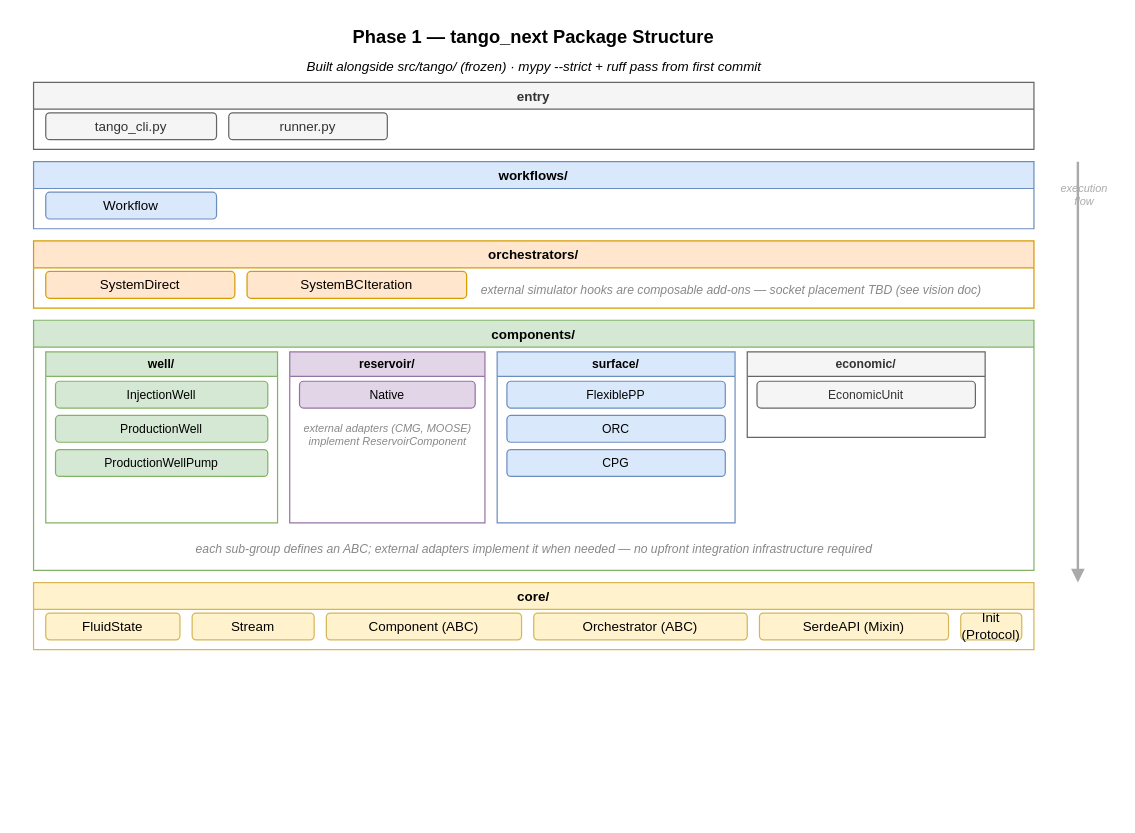
Before: docs/diagrams/src/phase1_new_module_structure.drawio in GEG-ETHZ/TANGO-core, a draw.io diagram. Source tidied: cells renumbered, new cells numbered last; positions are measured from the earlier drawing's top-left corner, leaving out a move shared by most shapes. Both pictures are drawn from the tidied source at 122%, with x=0, y=0 at pixel (21, 21).
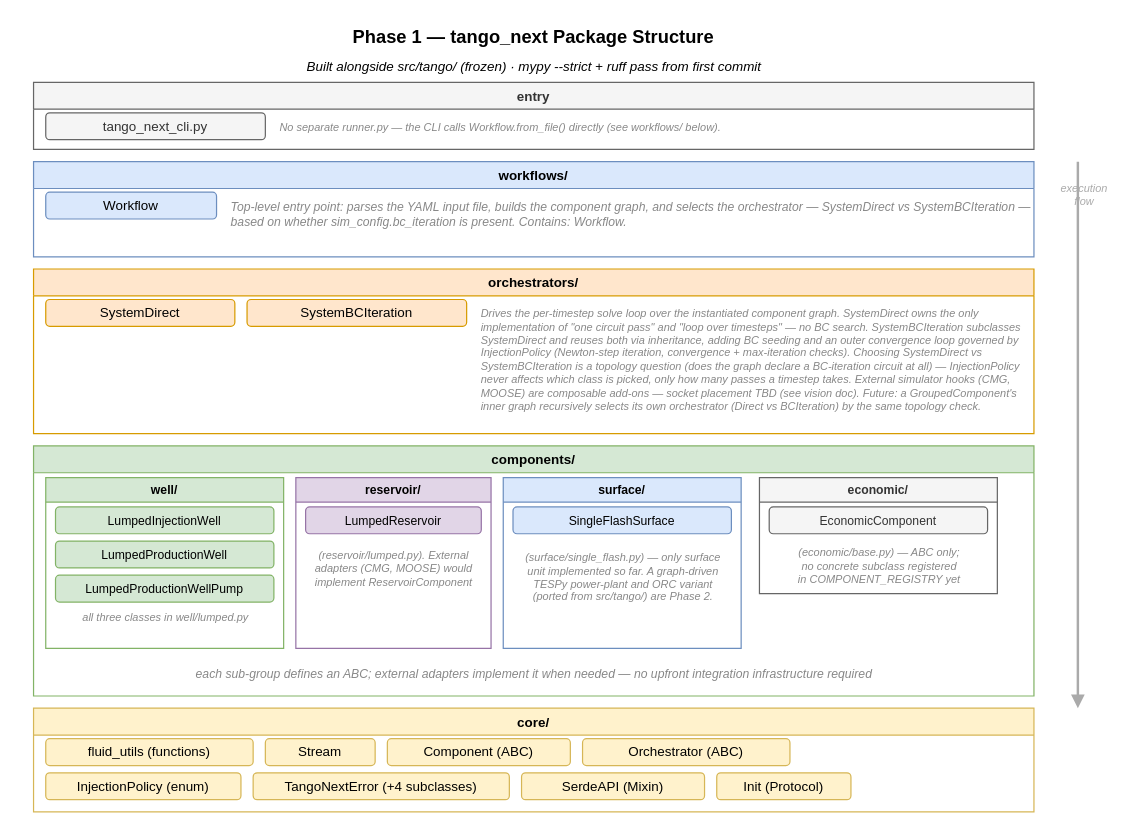
The same page after the edit.

The change refers to these unchanged cells:
```xml
<mxCell id="4" value="entry" style="swimlane;startSize=22;fillColor=#f5f5f5;strokeColor=#666666;fontColor=#333333;fontSize=11;fontStyle=1;" parent="1" vertex="1">
  <mxGeometry x="10" y="50" width="820" height="55" as="geometry" />
</mxCell>
```

The edit, as a diff of the source:
```diff
@@
-    <mxCell id="5" value="tango_cli.py" style="rounded=1;whiteSpace=wrap;html=1;fillColor=#f5f5f5;strokeColor=#666666;fontColor=#333333;fontSize=11;" parent="4" vertex="1">
-      <mxGeometry x="10" y="25" width="140" height="22" as="geometry" />
+    <mxCell id="5" value="tango_next_cli.py" style="rounded=1;whiteSpace=wrap;html=1;fillColor=#f5f5f5;strokeColor=#666666;fontColor=#333333;fontSize=11;" parent="4" vertex="1">
+      <mxGeometry x="10" y="25" width="180" height="22" as="geometry" />
     </mxCell>
-    <mxCell id="6" value="runner.py" style="rounded=1;whiteSpace=wrap;html=1;fillColor=#f5f5f5;strokeColor=#666666;fontColor=#333333;fontSize=11;" parent="4" vertex="1">
-      <mxGeometry x="160" y="25" width="130" height="22" as="geometry" />
-    </mxCell>
+    <mxCell id="37" value="No separate runner.py — the CLI calls Workflow.from_file() directly (see workflows/ below)." style="text;html=1;strokeColor=none;fillColor=none;fontSize=9;fontStyle=2;fontColor=#888888;align=left;verticalAlign=middle;" parent="4" vertex="1">
+      <mxGeometry x="200" y="28" width="600" height="17" as="geometry" />
+    </mxCell>
     <mxCell id="7" value="workflows/" style="swimlane;startSize=22;fillColor=#dae8fc;strokeColor=#6c8ebf;fontSize=11;fontStyle=1;" parent="1" vertex="1">
-      <mxGeometry x="10" y="115" width="820" height="55" as="geometry" />
+      <mxGeometry x="10" y="115" width="820" height="78" as="geometry" />
     </mxCell>
@@
+    <mxCell id="38" value="Top-level entry point: parses the YAML input file, builds the component graph, and selects the orchestrator — SystemDirect vs SystemBCIteration — &lt;br&gt;based on whether sim_config.bc_iteration is present. Contains: Workflow." style="text;html=1;strokeColor=none;fillColor=none;fontSize=10;fontStyle=2;fontColor=#888888;align=left;verticalAlign=top;" parent="7" vertex="1">
+      <mxGeometry x="160" y="25" width="640" height="44" as="geometry" />
+    </mxCell>
     <mxCell id="9" value="orchestrators/" style="swimlane;startSize=22;fillColor=#ffe6cc;strokeColor=#d79b00;fontSize=11;fontStyle=1;" parent="1" vertex="1">
-      <mxGeometry x="10" y="180" width="820" height="55" as="geometry" />
+      <mxGeometry x="10" y="203" width="820" height="135" as="geometry" />
     </mxCell>
@@
-    <mxCell id="12" value="external simulator hooks are composable add-ons — socket placement TBD (see vision doc)" style="text;html=1;strokeColor=none;fillColor=none;fontSize=10;fontStyle=2;fontColor=#888888;align=left;" parent="9" vertex="1">
-      <mxGeometry x="365" y="28" width="445" height="17" as="geometry" />
+    <mxCell id="12" value="Drives the per-timestep solve loop over the instantiated component graph. SystemDirect owns the only&lt;br&gt;implementation of &quot;one circuit pass&quot; and &quot;loop over timesteps&quot; — no BC search. SystemBCIteration subclasses&lt;br&gt;SystemDirect and reuses both via inheritance, adding BC seeding and an outer convergence loop governed by&lt;br&gt;InjectionPolicy (Newton-step iteration, convergence + max-iteration checks). Choosing SystemDirect vs&lt;br&gt;SystemBCIteration is a topology question (does the graph declare a BC-iteration circuit at all) — InjectionPolicy&lt;br&gt;never affects which class is picked, only how many passes a timestep takes. External simulator hooks (CMG,&lt;br&gt;MOOSE) are composable add-ons — socket placement TBD (see vision doc). Future: a GroupedComponent's&lt;br&gt;inner graph recursively selects its own orchestrator (Direct vs BCIteration) by the same topology check." style="text;html=1;strokeColor=none;fillColor=none;fontSize=9;fontStyle=2;fontColor=#888888;align=left;verticalAlign=top;" parent="9" vertex="1">
+      <mxGeometry x="365" y="25" width="445" height="100" as="geometry" />
     </mxCell>
     <mxCell id="13" value="components/" style="swimlane;startSize=22;fillColor=#d5e8d4;strokeColor=#82b366;fontSize=11;fontStyle=1;" parent="1" vertex="1">
-      <mxGeometry x="10" y="245" width="820" height="205" as="geometry" />
+      <mxGeometry x="10" y="348" width="820" height="205" as="geometry" />
     </mxCell>
     <mxCell id="14" value="well/" style="swimlane;startSize=20;fillColor=#d5e8d4;strokeColor=#82b366;fontSize=10;fontStyle=1;" parent="13" vertex="1">
-      <mxGeometry x="10" y="26" width="190" height="140" as="geometry" />
+      <mxGeometry x="10" y="26" width="195" height="140" as="geometry" />
     </mxCell>
-    <mxCell id="15" value="InjectionWell" style="rounded=1;whiteSpace=wrap;html=1;fillColor=#d5e8d4;strokeColor=#82b366;fontSize=10;" parent="14" vertex="1">
-      <mxGeometry x="8" y="24" width="174" height="22" as="geometry" />
+    <mxCell id="15" value="LumpedInjectionWell" style="rounded=1;whiteSpace=wrap;html=1;fillColor=#d5e8d4;strokeColor=#82b366;fontSize=10;" parent="14" vertex="1">
+      <mxGeometry x="8" y="24" width="179" height="22" as="geometry" />
     </mxCell>
-    <mxCell id="16" value="ProductionWell" style="rounded=1;whiteSpace=wrap;html=1;fillColor=#d5e8d4;strokeColor=#82b366;fontSize=10;" parent="14" vertex="1">
-      <mxGeometry x="8" y="52" width="174" height="22" as="geometry" />
+    <mxCell id="16" value="LumpedProductionWell" style="rounded=1;whiteSpace=wrap;html=1;fillColor=#d5e8d4;strokeColor=#82b366;fontSize=10;" parent="14" vertex="1">
+      <mxGeometry x="8" y="52" width="179" height="22" as="geometry" />
     </mxCell>
-    <mxCell id="17" value="ProductionWellPump" style="rounded=1;whiteSpace=wrap;html=1;fillColor=#d5e8d4;strokeColor=#82b366;fontSize=10;" parent="14" vertex="1">
-      <mxGeometry x="8" y="80" width="174" height="22" as="geometry" />
+    <mxCell id="17" value="LumpedProductionWellPump" style="rounded=1;whiteSpace=wrap;html=1;fillColor=#d5e8d4;strokeColor=#82b366;fontSize=10;" parent="14" vertex="1">
+      <mxGeometry x="8" y="80" width="179" height="22" as="geometry" />
     </mxCell>
+    <mxCell id="39" value="all three classes in well/lumped.py" style="text;html=1;strokeColor=none;fillColor=none;fontSize=9;fontStyle=2;fontColor=#888888;align=center;verticalAlign=middle;" parent="14" vertex="1">
+      <mxGeometry x="8" y="108" width="179" height="14" as="geometry" />
+    </mxCell>
     <mxCell id="18" value="reservoir/" style="swimlane;startSize=20;fillColor=#e1d5e7;strokeColor=#9673a6;fontSize=10;fontStyle=1;" parent="13" vertex="1">
-      <mxGeometry x="210" y="26" width="160" height="140" as="geometry" />
+      <mxGeometry x="215" y="26" width="160" height="140" as="geometry" />
     </mxCell>
-    <mxCell id="19" value="Native" style="rounded=1;whiteSpace=wrap;html=1;fillColor=#e1d5e7;strokeColor=#9673a6;fontSize=10;" parent="18" vertex="1">
+    <mxCell id="19" value="LumpedReservoir" style="rounded=1;whiteSpace=wrap;html=1;fillColor=#e1d5e7;strokeColor=#9673a6;fontSize=10;" parent="18" vertex="1">
       <mxGeometry x="8" y="24" width="144" height="22" as="geometry" />
     </mxCell>
-    <mxCell id="20" value="external adapters (CMG, MOOSE)&lt;br&gt;implement ReservoirComponent" style="text;html=1;strokeColor=none;fillColor=none;fontSize=9;fontStyle=2;fontColor=#888888;align=center;verticalAlign=middle;" parent="18" vertex="1">
-      <mxGeometry x="4" y="52" width="152" height="32" as="geometry" />
+    <mxCell id="20" value="(reservoir/lumped.py). External&lt;br&gt;adapters (CMG, MOOSE) would&lt;br&gt;implement ReservoirComponent" style="text;html=1;strokeColor=none;fillColor=none;fontSize=9;fontStyle=2;fontColor=#888888;align=center;verticalAlign=middle;" parent="18" vertex="1">
+      <mxGeometry x="4" y="52" width="152" height="46" as="geometry" />
     </mxCell>
     <mxCell id="21" value="surface/" style="swimlane;startSize=20;fillColor=#dae8fc;strokeColor=#6c8ebf;fontSize=10;fontStyle=1;" parent="13" vertex="1">
-      <mxGeometry x="380" y="26" width="195" height="140" as="geometry" />
+      <mxGeometry x="385" y="26" width="195" height="140" as="geometry" />
     </mxCell>
-    <mxCell id="22" value="FlexiblePP" style="rounded=1;whiteSpace=wrap;html=1;fillColor=#dae8fc;strokeColor=#6c8ebf;fontSize=10;" parent="21" vertex="1">
+    <mxCell id="22" value="SingleFlashSurface" style="rounded=1;whiteSpace=wrap;html=1;fillColor=#dae8fc;strokeColor=#6c8ebf;fontSize=10;" parent="21" vertex="1">
       <mxGeometry x="8" y="24" width="179" height="22" as="geometry" />
     </mxCell>
-    <mxCell id="23" value="ORC" style="rounded=1;whiteSpace=wrap;html=1;fillColor=#dae8fc;strokeColor=#6c8ebf;fontSize=10;" parent="21" vertex="1">
-      <mxGeometry x="8" y="52" width="179" height="22" as="geometry" />
-    </mxCell>
-    <mxCell id="24" value="CPG" style="rounded=1;whiteSpace=wrap;html=1;fillColor=#dae8fc;strokeColor=#6c8ebf;fontSize=10;" parent="21" vertex="1">
-      <mxGeometry x="8" y="80" width="179" height="22" as="geometry" />
-    </mxCell>
+    <mxCell id="40" value="(surface/single_flash.py) — only surface&lt;br&gt;unit implemented so far. A graph-driven&lt;br&gt;TESPy power-plant and ORC variant&lt;br&gt;(ported from src/tango/) are Phase 2." style="text;html=1;strokeColor=none;fillColor=none;fontSize=9;fontStyle=2;fontColor=#888888;align=center;verticalAlign=middle;" parent="21" vertex="1">
+      <mxGeometry x="4" y="52" width="187" height="60" as="geometry" />
+    </mxCell>
     <mxCell id="25" value="economic/" style="swimlane;startSize=20;fillColor=#f5f5f5;strokeColor=#666666;fontColor=#333333;fontSize=10;fontStyle=1;" parent="13" vertex="1">
-      <mxGeometry x="585" y="26" width="195" height="70" as="geometry" />
+      <mxGeometry x="595" y="26" width="195" height="95" as="geometry" />
     </mxCell>
-    <mxCell id="26" value="EconomicUnit" style="rounded=1;whiteSpace=wrap;html=1;fillColor=#f5f5f5;strokeColor=#666666;fontColor=#333333;fontSize=10;" parent="25" vertex="1">
+    <mxCell id="26" value="EconomicComponent" style="rounded=1;whiteSpace=wrap;html=1;fillColor=#f5f5f5;strokeColor=#666666;fontColor=#333333;fontSize=10;" parent="25" vertex="1">
       <mxGeometry x="8" y="24" width="179" height="22" as="geometry" />
     </mxCell>
+    <mxCell id="41" value="(economic/base.py) — ABC only;&lt;br&gt;no concrete subclass registered&lt;br&gt;in COMPONENT_REGISTRY yet" style="text;html=1;strokeColor=none;fillColor=none;fontSize=9;fontStyle=2;fontColor=#888888;align=center;verticalAlign=middle;" parent="25" vertex="1">
+      <mxGeometry x="8" y="50" width="179" height="46" as="geometry" />
+    </mxCell>
@@
     <mxCell id="28" value="core/" style="swimlane;startSize=22;fillColor=#fff2cc;strokeColor=#d6b656;fontSize=11;fontStyle=1;" parent="1" vertex="1">
-      <mxGeometry x="10" y="460" width="820" height="55" as="geometry" />
+      <mxGeometry x="10" y="563" width="820" height="85" as="geometry" />
     </mxCell>
-    <mxCell id="29" value="FluidState" style="rounded=1;whiteSpace=wrap;html=1;fillColor=#fff2cc;strokeColor=#d6b656;fontSize=11;" parent="28" vertex="1">
-      <mxGeometry x="10" y="25" width="110" height="22" as="geometry" />
-    </mxCell>
+    <mxCell id="42" value="fluid_utils (functions)" style="rounded=1;whiteSpace=wrap;html=1;fillColor=#fff2cc;strokeColor=#d6b656;fontSize=11;" parent="28" vertex="1">
+      <mxGeometry x="10" y="25" width="170" height="22" as="geometry" />
+    </mxCell>
     <mxCell id="30" value="Stream" style="rounded=1;whiteSpace=wrap;html=1;fillColor=#fff2cc;strokeColor=#d6b656;fontSize=11;" parent="28" vertex="1">
-      <mxGeometry x="130" y="25" width="100" height="22" as="geometry" />
+      <mxGeometry x="190" y="25" width="90" height="22" as="geometry" />
     </mxCell>
     <mxCell id="31" value="Component (ABC)" style="rounded=1;whiteSpace=wrap;html=1;fillColor=#fff2cc;strokeColor=#d6b656;fontSize=11;" parent="28" vertex="1">
-      <mxGeometry x="240" y="25" width="160" height="22" as="geometry" />
+      <mxGeometry x="290" y="25" width="150" height="22" as="geometry" />
     </mxCell>
     <mxCell id="32" value="Orchestrator (ABC)" style="rounded=1;whiteSpace=wrap;html=1;fillColor=#fff2cc;strokeColor=#d6b656;fontSize=11;" parent="28" vertex="1">
-      <mxGeometry x="410" y="25" width="175" height="22" as="geometry" />
+      <mxGeometry x="450" y="25" width="170" height="22" as="geometry" />
     </mxCell>
+    <mxCell id="43" value="InjectionPolicy (enum)" style="rounded=1;whiteSpace=wrap;html=1;fillColor=#fff2cc;strokeColor=#d6b656;fontSize=11;" parent="28" vertex="1">
+      <mxGeometry x="10" y="53" width="160" height="22" as="geometry" />
+    </mxCell>
+    <mxCell id="44" value="TangoNextError (+4 subclasses)" style="rounded=1;whiteSpace=wrap;html=1;fillColor=#fff2cc;strokeColor=#d6b656;fontSize=11;" parent="28" vertex="1">
+      <mxGeometry x="180" y="53" width="210" height="22" as="geometry" />
+    </mxCell>
     <mxCell id="33" value="SerdeAPI (Mixin)" style="rounded=1;whiteSpace=wrap;html=1;fillColor=#fff2cc;strokeColor=#d6b656;fontSize=11;" parent="28" vertex="1">
-      <mxGeometry x="595" y="25" width="155" height="22" as="geometry" />
+      <mxGeometry x="400" y="53" width="150" height="22" as="geometry" />
     </mxCell>
     <mxCell id="34" value="Init (Protocol)" style="rounded=1;whiteSpace=wrap;html=1;fillColor=#fff2cc;strokeColor=#d6b656;fontSize=11;" parent="28" vertex="1">
-      <mxGeometry x="760" y="25" width="50" height="22" as="geometry" />
+      <mxGeometry x="560" y="53" width="110" height="22" as="geometry" />
     </mxCell>
     <mxCell id="35" value="execution&lt;br&gt;flow" style="text;html=1;strokeColor=none;fillColor=none;fontSize=9;fontStyle=2;fontColor=#aaaaaa;align=center;" parent="1" vertex="1">
-      <mxGeometry x="846" y="125" width="50" height="290" as="geometry" />
+      <mxGeometry x="846" y="125" width="50" height="438" as="geometry" />
     </mxCell>
     <mxCell id="36" style="endArrow=block;endFill=1;html=1;strokeColor=#aaaaaa;strokeWidth=2;" parent="1" edge="1">
       <mxGeometry relative="1" as="geometry">
         <mxPoint x="866" y="115" as="sourcePoint" />
-        <mxPoint x="866" y="460" as="targetPoint" />
+        <mxPoint x="866" y="563" as="targetPoint" />
       </mxGeometry>
     </mxCell>
```
